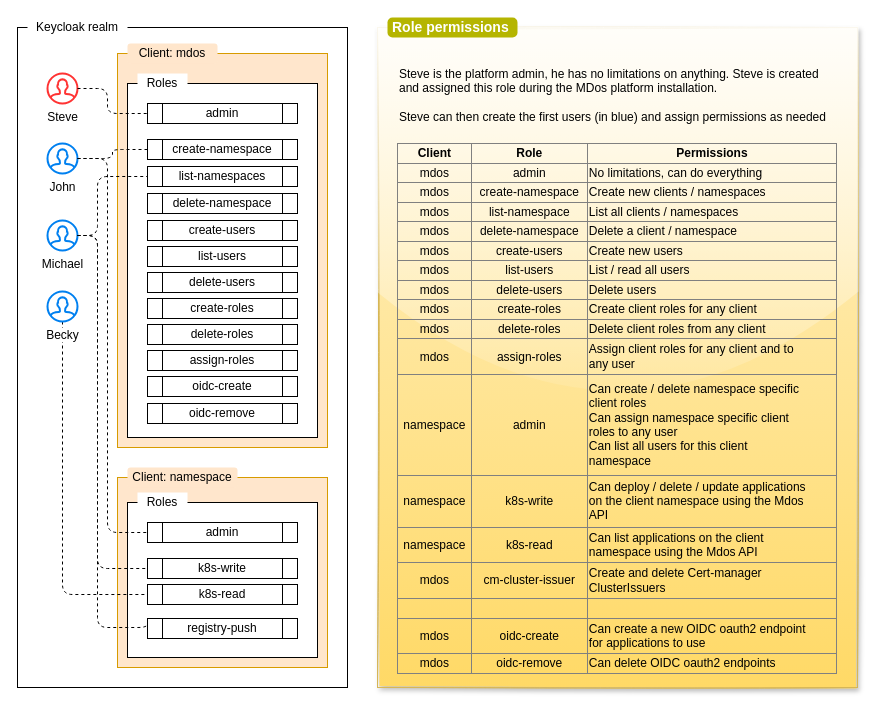
Earlier version of the draw.io diagram page "Keycloak roles" (3 of 10) of mdos-docs/draw.io/architecture.drawio (mdundek/mdos). Source tidied: cells renumbered, new cells numbered last; positions are measured from the earlier drawing's top-left corner, leaving out a move shared by most shapes. Both pictures are drawn from the tidied source at 100%, with x=0, y=0 at pixel (17, 17).
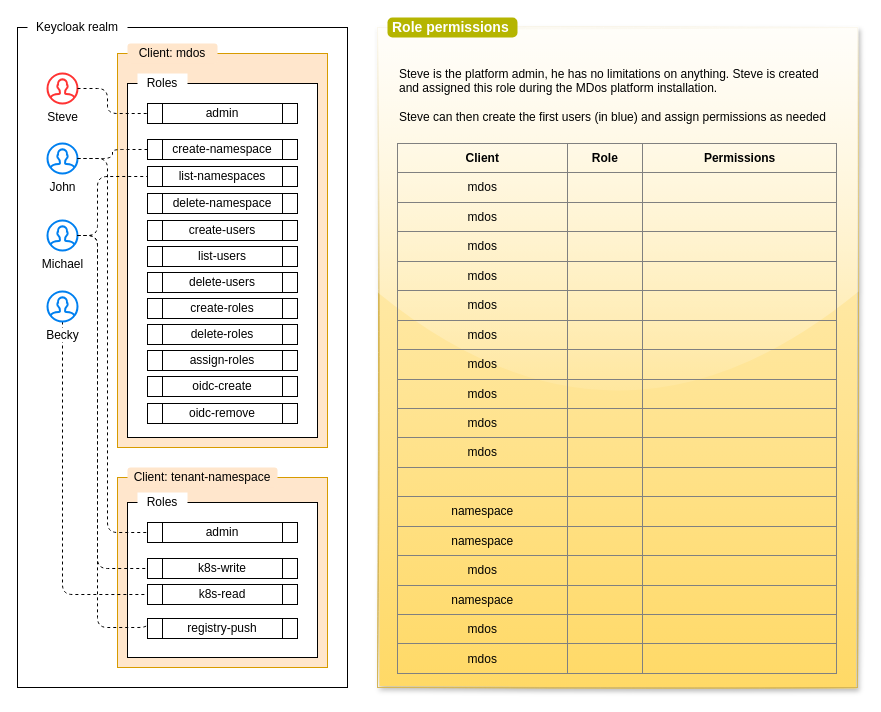
The same page after the edit.

Change to the diagram source:
```diff
@@
-    <mxCell id="15" value="&lt;font&gt;Client: namespace&lt;/font&gt;" style="text;html=1;align=center;verticalAlign=middle;whiteSpace=wrap;rounded=1;fillColor=#ffe6cc;fontStyle=0;strokeColor=none;" parent="1" vertex="1">
-      <mxGeometry x="110" y="450" width="110" height="20" as="geometry" />
+    <mxCell id="15" value="&lt;font&gt;Client: tenant-namespace&lt;/font&gt;" style="text;html=1;align=center;verticalAlign=middle;whiteSpace=wrap;rounded=1;fillColor=#ffe6cc;fontStyle=0;strokeColor=none;" parent="1" vertex="1">
+      <mxGeometry x="110" y="450" width="150" height="20" as="geometry" />
     </mxCell>
@@
-    <mxCell id="29" value="&lt;div&gt;&lt;br&gt;&lt;/div&gt;" style="rounded=0;whiteSpace=wrap;html=1;fillColor=#fff2cc;strokeColor=#d6b656;gradientColor=#ffd966;shadow=1;glass=1;sketch=1;align=left;" parent="1" vertex="1">
-      <mxGeometry x="360" y="10" width="480" height="660" as="geometry" />
-    </mxCell>
-    <mxCell id="30" value="Role permissions" style="html=1;shadow=0;dashed=0;shape=mxgraph.bootstrap.rrect;rSize=5;strokeColor=none;strokeWidth=1;fillColor=#B5B500;fontColor=#FFFFFF;whiteSpace=wrap;align=left;verticalAlign=middle;spacingLeft=0;fontStyle=1;fontSize=14;spacing=5;rounded=1;" parent="1" vertex="1">
-      <mxGeometry x="370" width="130" height="20" as="geometry" />
-    </mxCell>
-    <mxCell id="31" value="&lt;table border=&quot;1&quot; width=&quot;100%&quot; height=&quot;100%&quot; style=&quot;width:100%;height:100%;border-collapse:collapse;&quot;&gt;&lt;tbody&gt;&lt;tr&gt;&lt;td&gt;&lt;b&gt;Client&lt;/b&gt;&lt;/td&gt;&lt;td&gt;&lt;b&gt;Role&lt;/b&gt;&lt;/td&gt;&lt;td&gt;&lt;b&gt;Permissions&lt;/b&gt;&lt;/td&gt;&lt;/tr&gt;&lt;tr&gt;&lt;td&gt;mdos&lt;/td&gt;&lt;td&gt;admin&lt;/td&gt;&lt;td style=&quot;text-align: left;&quot;&gt;No limitations, can do everything&lt;/td&gt;&lt;/tr&gt;&lt;tr&gt;&lt;td&gt;mdos&lt;/td&gt;&lt;td&gt;&lt;span style=&quot;&quot;&gt;create-namespace&lt;/span&gt;&lt;br&gt;&lt;/td&gt;&lt;td style=&quot;text-align: left;&quot;&gt;Create new clients / namespaces&lt;br&gt;&lt;/td&gt;&lt;/tr&gt;&lt;tr&gt;&lt;td&gt;&lt;span style=&quot;&quot;&gt;mdos&lt;/span&gt;&lt;br&gt;&lt;/td&gt;&lt;td&gt;&lt;span style=&quot;&quot;&gt;list-namespace&lt;/span&gt;&lt;br&gt;&lt;/td&gt;&lt;td style=&quot;text-align: left;&quot;&gt;List all clients / namespaces&lt;/td&gt;&lt;/tr&gt;&lt;tr&gt;&lt;td&gt;&lt;span style=&quot;&quot;&gt;mdos&lt;/span&gt;&lt;br&gt;&lt;/td&gt;&lt;td&gt;&lt;span style=&quot;&quot;&gt;delete-&lt;/span&gt;namespace&lt;br&gt;&lt;/td&gt;&lt;td style=&quot;text-align: left;&quot;&gt;Delete a client / namespace&lt;/td&gt;&lt;/tr&gt;&lt;tr&gt;&lt;td&gt;&lt;span style=&quot;&quot;&gt;mdos&lt;/span&gt;&lt;br&gt;&lt;/td&gt;&lt;td&gt;&lt;span style=&quot;&quot;&gt;create-users&lt;/span&gt;&lt;br&gt;&lt;/td&gt;&lt;td style=&quot;text-align: left;&quot;&gt;Create new users&lt;/td&gt;&lt;/tr&gt;&lt;tr&gt;&lt;td&gt;&lt;span style=&quot;&quot;&gt;mdos&lt;/span&gt;&lt;br&gt;&lt;/td&gt;&lt;td&gt;&lt;span style=&quot;&quot;&gt;list-users&lt;/span&gt;&lt;br&gt;&lt;/td&gt;&lt;td style=&quot;text-align: left;&quot;&gt;List / read all users&lt;/td&gt;&lt;/tr&gt;&lt;tr&gt;&lt;td&gt;&lt;span style=&quot;&quot;&gt;mdos&lt;/span&gt;&lt;br&gt;&lt;/td&gt;&lt;td&gt;&lt;span style=&quot;&quot;&gt;delete-users&lt;/span&gt;&lt;br&gt;&lt;/td&gt;&lt;td style=&quot;text-align: left;&quot;&gt;Delete users&lt;/td&gt;&lt;/tr&gt;&lt;tr&gt;&lt;td&gt;&lt;span style=&quot;&quot;&gt;mdos&lt;/span&gt;&lt;br&gt;&lt;/td&gt;&lt;td&gt;&lt;span style=&quot;&quot;&gt;create-roles&lt;/span&gt;&lt;br&gt;&lt;/td&gt;&lt;td style=&quot;text-align: left;&quot;&gt;Create client roles for any client&lt;br&gt;&lt;/td&gt;&lt;/tr&gt;&lt;tr&gt;&lt;td&gt;mdos&lt;br&gt;&lt;/td&gt;&lt;td&gt;delete-roles&lt;br&gt;&lt;/td&gt;&lt;td style=&quot;text-align: left;&quot;&gt;Delete client roles from any client&lt;/td&gt;&lt;/tr&gt;&lt;tr&gt;&lt;td&gt;mdos&lt;br&gt;&lt;/td&gt;&lt;td&gt;assign-roles&lt;br&gt;&lt;/td&gt;&lt;td&gt;&lt;div style=&quot;text-align: left;&quot;&gt;&lt;span style=&quot;background-color: initial;&quot;&gt;Assign client roles for any client and to&lt;/span&gt;&lt;/div&gt;&lt;div style=&quot;text-align: left;&quot;&gt;&lt;span style=&quot;background-color: initial;&quot;&gt;any user&lt;/span&gt;&lt;/div&gt;&lt;/td&gt;&lt;/tr&gt;&lt;tr&gt;&lt;td&gt;namespace&lt;br&gt;&lt;/td&gt;&lt;td&gt;&lt;span style=&quot;&quot;&gt;admin&lt;/span&gt;&lt;br&gt;&lt;/td&gt;&lt;td&gt;&lt;div style=&quot;text-align: left;&quot;&gt;&lt;span style=&quot;background-color: initial;&quot;&gt;Can create / delete namespace specific&lt;/span&gt;&lt;/div&gt;&lt;div style=&quot;text-align: left;&quot;&gt;&lt;span style=&quot;background-color: initial;&quot;&gt;client roles&lt;/span&gt;&lt;/div&gt;&lt;div style=&quot;text-align: left;&quot;&gt;&lt;span style=&quot;background-color: initial;&quot;&gt;Can assign namespace specific client&lt;/span&gt;&lt;/div&gt;&lt;div style=&quot;text-align: left;&quot;&gt;&lt;span style=&quot;background-color: initial;&quot;&gt;roles&amp;nbsp;&lt;/span&gt;&lt;span style=&quot;background-color: initial;&quot;&gt;to any user&lt;/span&gt;&lt;/div&gt;&lt;div style=&quot;text-align: left;&quot;&gt;&lt;span style=&quot;background-color: initial;&quot;&gt;Can list all users for this client&lt;/span&gt;&lt;/div&gt;&lt;div style=&quot;text-align: left;&quot;&gt;&lt;span style=&quot;background-color: initial;&quot;&gt;namespace&lt;/span&gt;&lt;/div&gt;&lt;/td&gt;&lt;/tr&gt;&lt;tr&gt;&lt;td&gt;namespace&lt;br&gt;&lt;/td&gt;&lt;td&gt;&lt;span style=&quot;&quot;&gt;k8s-write&lt;/span&gt;&lt;br&gt;&lt;/td&gt;&lt;td style=&quot;text-align: left;&quot;&gt;Can deploy / delete / update applications&lt;br&gt;on the client namespace using the Mdos&lt;br&gt;API&lt;/td&gt;&lt;/tr&gt;&lt;tr&gt;&lt;td&gt;namespace&lt;br&gt;&lt;/td&gt;&lt;td&gt;&lt;span style=&quot;&quot;&gt;k8s-read&lt;/span&gt;&lt;br&gt;&lt;/td&gt;&lt;td&gt;&lt;div style=&quot;text-align: left;&quot;&gt;&lt;span style=&quot;background-color: initial;&quot;&gt;Can list applications on the client&lt;/span&gt;&lt;/div&gt;&lt;div style=&quot;text-align: left;&quot;&gt;&lt;span style=&quot;background-color: initial;&quot;&gt;namespace&amp;nbsp;&lt;/span&gt;&lt;span style=&quot;background-color: initial;&quot;&gt;using the Mdos API&lt;/span&gt;&lt;/div&gt;&lt;/td&gt;&lt;/tr&gt;&lt;tr&gt;&lt;td&gt;mdos&lt;/td&gt;&lt;td&gt;cm-cluster-issuer&lt;/td&gt;&lt;td style=&quot;text-align: left;&quot;&gt;Create and delete Cert-manager &lt;br&gt;ClusterIssuers&lt;/td&gt;&lt;/tr&gt;&lt;tr&gt;&lt;td&gt;&lt;br&gt;&lt;/td&gt;&lt;td&gt;&lt;br&gt;&lt;/td&gt;&lt;td style=&quot;text-align: left;&quot;&gt;&lt;/td&gt;&lt;/tr&gt;&lt;tr&gt;&lt;td&gt;mdos&lt;/td&gt;&lt;td&gt;&lt;span style=&quot;&quot;&gt;oidc-create&lt;/span&gt;&lt;br&gt;&lt;/td&gt;&lt;td&gt;&lt;div style=&quot;text-align: left;&quot;&gt;&lt;span style=&quot;background-color: initial;&quot;&gt;Can create a new OIDC oauth2 endpoint&lt;/span&gt;&lt;/div&gt;&lt;div style=&quot;text-align: left;&quot;&gt;&lt;span style=&quot;background-color: initial;&quot;&gt;for applications to use&lt;/span&gt;&lt;/div&gt;&lt;/td&gt;&lt;/tr&gt;&lt;tr&gt;&lt;td&gt;mdos&lt;/td&gt;&lt;td&gt;&lt;span style=&quot;&quot;&gt;oidc-remove&lt;/span&gt;&lt;br&gt;&lt;/td&gt;&lt;td style=&quot;text-align: left;&quot;&gt;Can delete OIDC oauth2 endpoints&lt;/td&gt;&lt;/tr&gt;&lt;/tbody&gt;&lt;/table&gt;" style="text;html=1;strokeColor=none;fillColor=none;overflow=fill;rounded=0;shadow=0;glass=0;sketch=0;fontColor=#000000;align=center;" parent="1" vertex="1">
-      <mxGeometry x="380" y="126" width="440" height="531" as="geometry" />
-    </mxCell>
@@
-    <mxCell id="39" value="Steve is the platform admin, he has no limitations on anything. Steve is created and assigned this role during the MDos platform installation.&lt;br&gt;&lt;br&gt;Steve can then create the first users (in blue) and assign permissions as needed" style="text;html=1;strokeColor=none;fillColor=none;align=left;verticalAlign=middle;whiteSpace=wrap;rounded=0;shadow=0;glass=0;sketch=0;fontColor=#000000;" parent="1" vertex="1">
-      <mxGeometry x="380" y="36" width="440" height="84" as="geometry" />
-    </mxCell>
@@
+    <mxCell id="43" parent="0" />
+    <mxCell id="29" value="&lt;div&gt;&lt;br&gt;&lt;/div&gt;" style="rounded=0;whiteSpace=wrap;html=1;fillColor=#fff2cc;strokeColor=#d6b656;gradientColor=#ffd966;shadow=1;glass=1;sketch=1;align=left;" parent="43" vertex="1">
+      <mxGeometry x="360" y="10" width="480" height="660" as="geometry" />
+    </mxCell>
+    <mxCell id="30" value="Role permissions" style="html=1;shadow=0;dashed=0;shape=mxgraph.bootstrap.rrect;rSize=5;strokeColor=none;strokeWidth=1;fillColor=#B5B500;fontColor=#FFFFFF;whiteSpace=wrap;align=left;verticalAlign=middle;spacingLeft=0;fontStyle=1;fontSize=14;spacing=5;rounded=1;" parent="43" vertex="1">
+      <mxGeometry x="370" width="130" height="20" as="geometry" />
+    </mxCell>
+    <mxCell id="44" value="&lt;table border=&quot;1&quot; width=&quot;100%&quot; height=&quot;100%&quot; style=&quot;width:100%;height:100%;border-collapse:collapse;&quot;&gt;&lt;tbody&gt;&lt;tr&gt;&lt;td&gt;&lt;b&gt;Client&lt;/b&gt;&lt;/td&gt;&lt;td&gt;&lt;b&gt;Role&lt;/b&gt;&lt;/td&gt;&lt;td&gt;&lt;b&gt;Permissions&lt;/b&gt;&lt;/td&gt;&lt;/tr&gt;&lt;tr&gt;&lt;td&gt;mdos&lt;/td&gt;&lt;td&gt;&lt;br&gt;&lt;/td&gt;&lt;td style=&quot;text-align: left;&quot;&gt;&lt;br&gt;&lt;/td&gt;&lt;/tr&gt;&lt;tr&gt;&lt;td&gt;mdos&lt;/td&gt;&lt;td&gt;&lt;br&gt;&lt;/td&gt;&lt;td style=&quot;text-align: left;&quot;&gt;&lt;br&gt;&lt;/td&gt;&lt;/tr&gt;&lt;tr&gt;&lt;td&gt;&lt;span style=&quot;&quot;&gt;mdos&lt;/span&gt;&lt;br&gt;&lt;/td&gt;&lt;td&gt;&lt;br&gt;&lt;/td&gt;&lt;td style=&quot;text-align: left;&quot;&gt;&lt;br&gt;&lt;/td&gt;&lt;/tr&gt;&lt;tr&gt;&lt;td&gt;&lt;span style=&quot;&quot;&gt;mdos&lt;/span&gt;&lt;br&gt;&lt;/td&gt;&lt;td&gt;&lt;br&gt;&lt;/td&gt;&lt;td style=&quot;text-align: left;&quot;&gt;&lt;br&gt;&lt;/td&gt;&lt;/tr&gt;&lt;tr&gt;&lt;td&gt;&lt;span style=&quot;&quot;&gt;mdos&lt;/span&gt;&lt;br&gt;&lt;/td&gt;&lt;td&gt;&lt;br&gt;&lt;/td&gt;&lt;td style=&quot;text-align: left;&quot;&gt;&lt;br&gt;&lt;/td&gt;&lt;/tr&gt;&lt;tr&gt;&lt;td&gt;&lt;span style=&quot;&quot;&gt;mdos&lt;/span&gt;&lt;br&gt;&lt;/td&gt;&lt;td&gt;&lt;br&gt;&lt;/td&gt;&lt;td style=&quot;text-align: left;&quot;&gt;&lt;br&gt;&lt;/td&gt;&lt;/tr&gt;&lt;tr&gt;&lt;td&gt;&lt;span style=&quot;&quot;&gt;mdos&lt;/span&gt;&lt;br&gt;&lt;/td&gt;&lt;td&gt;&lt;br&gt;&lt;/td&gt;&lt;td style=&quot;text-align: left;&quot;&gt;&lt;br&gt;&lt;/td&gt;&lt;/tr&gt;&lt;tr&gt;&lt;td&gt;&lt;span style=&quot;&quot;&gt;mdos&lt;/span&gt;&lt;br&gt;&lt;/td&gt;&lt;td&gt;&lt;br&gt;&lt;/td&gt;&lt;td style=&quot;text-align: left;&quot;&gt;&lt;br&gt;&lt;/td&gt;&lt;/tr&gt;&lt;tr&gt;&lt;td&gt;mdos&lt;br&gt;&lt;/td&gt;&lt;td&gt;&lt;br&gt;&lt;/td&gt;&lt;td style=&quot;text-align: left;&quot;&gt;&lt;br&gt;&lt;/td&gt;&lt;/tr&gt;&lt;tr&gt;&lt;td&gt;mdos&lt;br&gt;&lt;/td&gt;&lt;td&gt;&lt;br&gt;&lt;/td&gt;&lt;td&gt;&lt;div style=&quot;text-align: left;&quot;&gt;&lt;br&gt;&lt;/div&gt;&lt;/td&gt;&lt;/tr&gt;&lt;tr&gt;&lt;td&gt;&lt;br&gt;&lt;/td&gt;&lt;td&gt;&lt;br&gt;&lt;/td&gt;&lt;td&gt;&lt;div style=&quot;text-align: left;&quot;&gt;&lt;br&gt;&lt;/div&gt;&lt;/td&gt;&lt;/tr&gt;&lt;tr&gt;&lt;td&gt;namespace&lt;br&gt;&lt;/td&gt;&lt;td&gt;&lt;br&gt;&lt;/td&gt;&lt;td style=&quot;text-align: left;&quot;&gt;&lt;br&gt;&lt;/td&gt;&lt;/tr&gt;&lt;tr&gt;&lt;td&gt;namespace&lt;br&gt;&lt;/td&gt;&lt;td&gt;&lt;br&gt;&lt;/td&gt;&lt;td&gt;&lt;div style=&quot;text-align: left;&quot;&gt;&lt;br&gt;&lt;/div&gt;&lt;/td&gt;&lt;/tr&gt;&lt;tr&gt;&lt;td&gt;mdos&lt;/td&gt;&lt;td&gt;&lt;br&gt;&lt;/td&gt;&lt;td style=&quot;text-align: left;&quot;&gt;&lt;br&gt;&lt;/td&gt;&lt;/tr&gt;&lt;tr&gt;&lt;td&gt;namespace&lt;br&gt;&lt;/td&gt;&lt;td&gt;&lt;br&gt;&lt;/td&gt;&lt;td style=&quot;text-align: left;&quot;&gt;&lt;br&gt;&lt;/td&gt;&lt;/tr&gt;&lt;tr&gt;&lt;td&gt;mdos&lt;/td&gt;&lt;td&gt;&lt;br&gt;&lt;/td&gt;&lt;td&gt;&lt;div style=&quot;text-align: left;&quot;&gt;&lt;br&gt;&lt;/div&gt;&lt;/td&gt;&lt;/tr&gt;&lt;tr&gt;&lt;td&gt;mdos&lt;/td&gt;&lt;td&gt;&lt;br&gt;&lt;/td&gt;&lt;td style=&quot;text-align: left;&quot;&gt;&lt;br&gt;&lt;/td&gt;&lt;/tr&gt;&lt;/tbody&gt;&lt;/table&gt;" style="text;html=1;strokeColor=none;fillColor=none;overflow=fill;rounded=0;shadow=0;glass=0;sketch=0;fontColor=#000000;align=center;" parent="43" vertex="1">
+      <mxGeometry x="380" y="126" width="440" height="531" as="geometry" />
+    </mxCell>
+    <mxCell id="39" value="Steve is the platform admin, he has no limitations on anything. Steve is created and assigned this role during the MDos platform installation.&lt;br&gt;&lt;br&gt;Steve can then create the first users (in blue) and assign permissions as needed" style="text;html=1;strokeColor=none;fillColor=none;align=left;verticalAlign=middle;whiteSpace=wrap;rounded=0;shadow=0;glass=0;sketch=0;fontColor=#000000;" parent="43" vertex="1">
+      <mxGeometry x="380" y="36" width="440" height="84" as="geometry" />
+    </mxCell>
```
